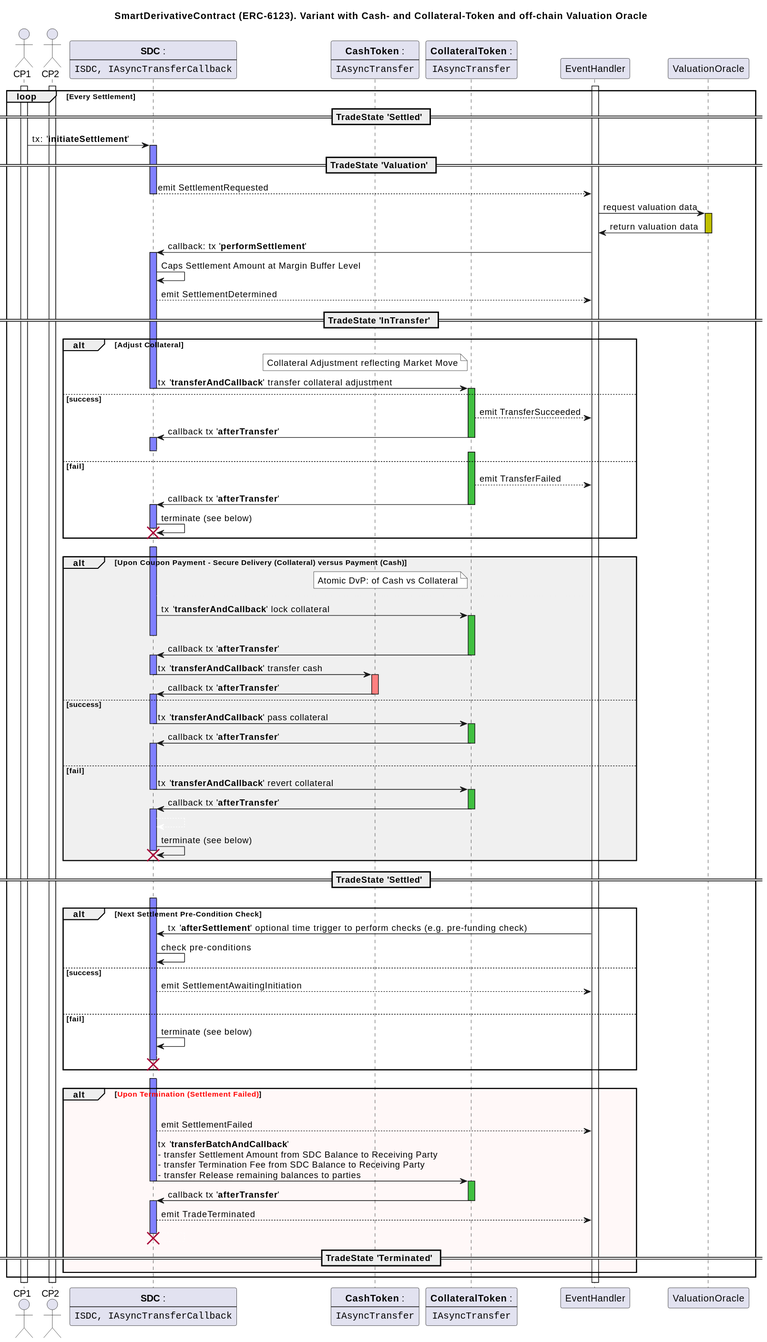
This is assets/erc-6123/doc/sequence-sdc-collateral-settlement.svg from ethereum/ERCs, a PlantUML export, as it was before one commit.
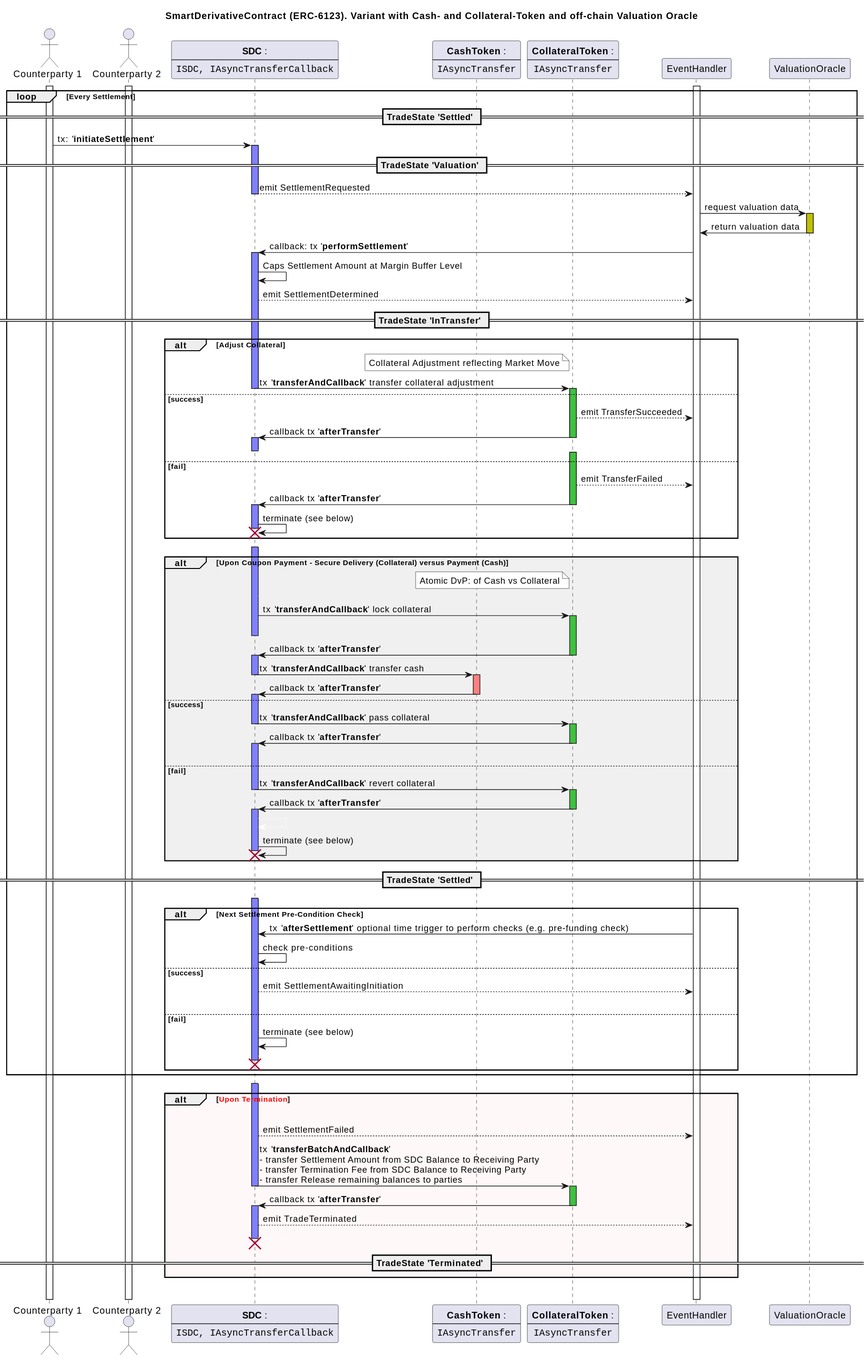
After the change.

Commit message:
Updates to sequence diagram.

Diff of the diagram source:
```diff
@@ -1,8 +1,8 @@
 @startuml
 title SmartDerivativeContract (ERC-6123). Variant with Cash- and Collateral-Token and off-chain Valuation Oracle
 
-actor CP1
-actor CP2
+actor "Counterparty 1" as CP1
+actor "Counterparty 2" as CP2
 
 participant SDC [
     **SDC** :
@@ -165,9 +165,11 @@
 
     end
 
+    end
+
     SDC-[#FFF]->EventHandler
 
-    alt #FFF8F8 <color:red>Upon Termination (Settlement Failed)</color>
+    alt #FFF8F8 <color:red>Upon Termination</color>
 
         activate SDC #8080FF
 
@@ -192,6 +194,5 @@
 
     end
 
-
-end
+        |||
 @enduml
```
